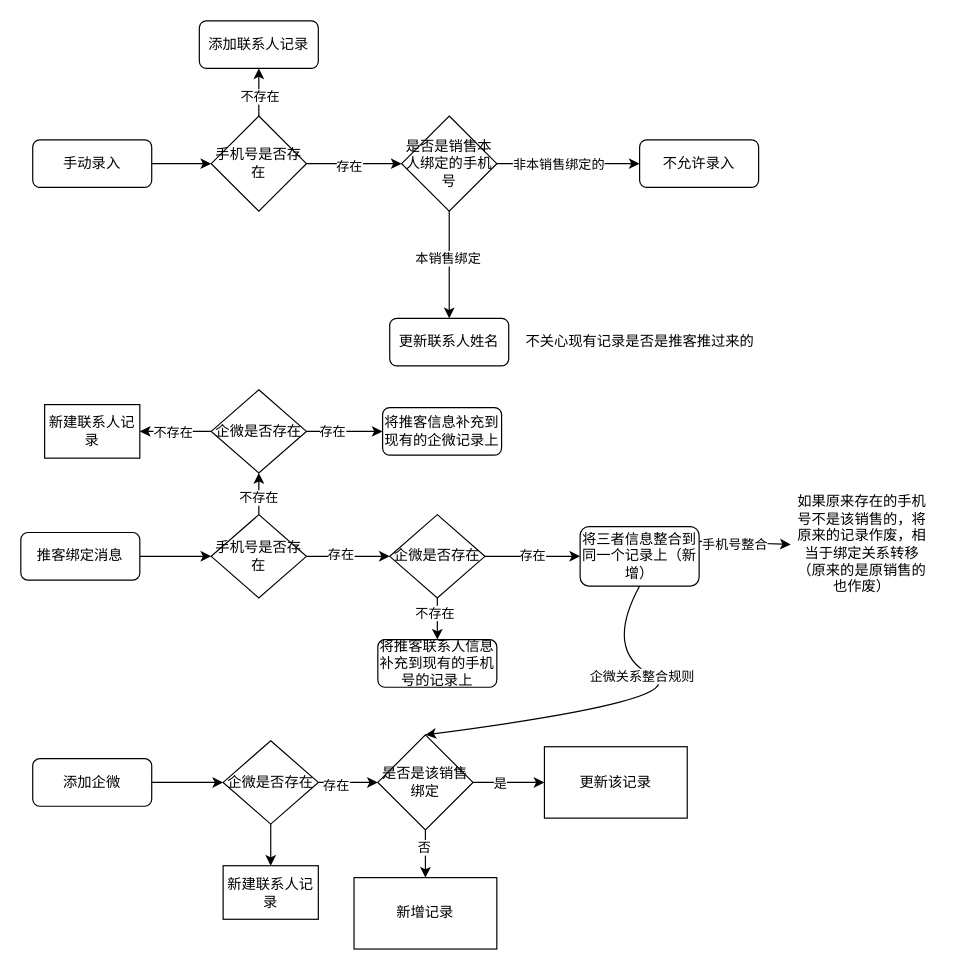
Above: page "第 3 页" (3 of 3) of 地推店铺拜访.drawio in QiuYanzhao/Study (draw.io), before the change. Source tidied: cells renumbered, new cells numbered last; positions are measured from the earlier drawing's top-left corner, leaving out a move shared by most shapes. Both pictures are drawn from the tidied source at 119%, with x=0, y=0 at pixel (20, 20).
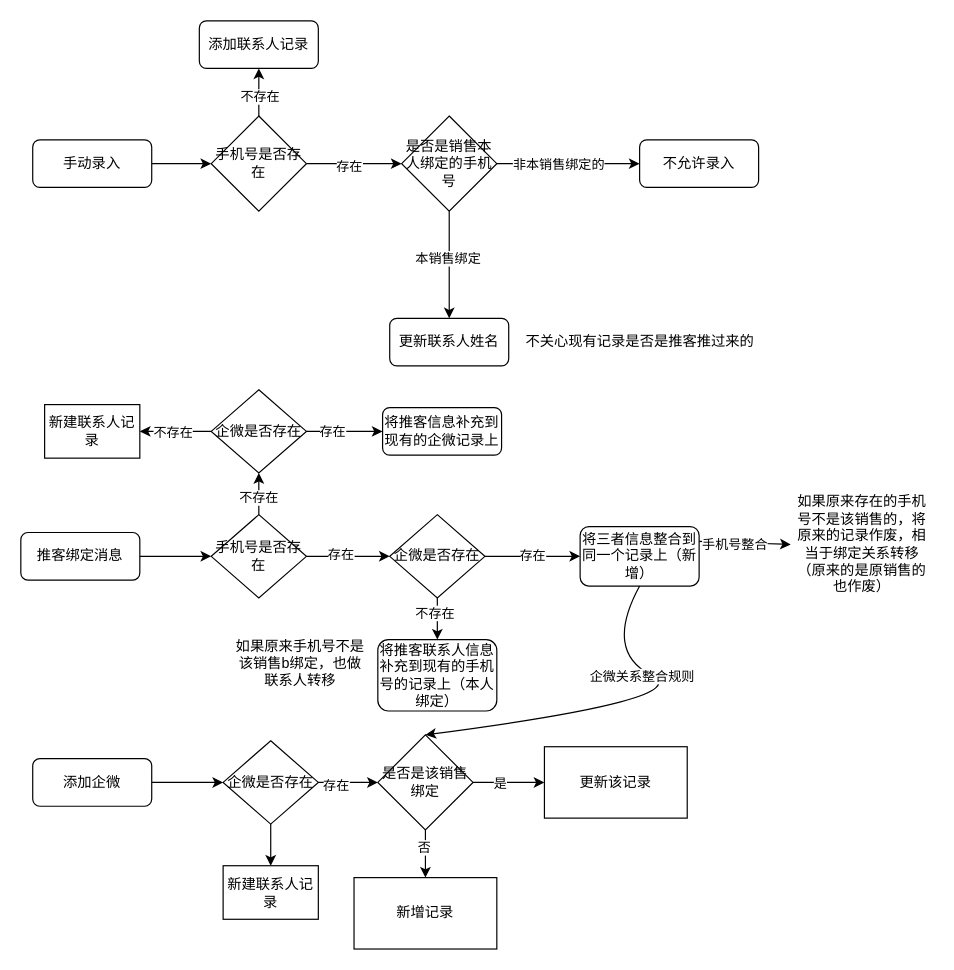
The same diagram, later.

Commit message:
更新地推店铺拜访.drawio

Change to the diagram source:
```diff
@@
-    <mxCell id="38" value="将推客联系人信息补充到现有的手机号的记录上" style="rounded=1;whiteSpace=wrap;html=1;" parent="1" vertex="1">
-      <mxGeometry x="300" y="520" width="100" height="40" as="geometry" />
+    <mxCell id="38" value="将推客联系人信息补充到现有的手机号的记录上（本人绑定）" style="rounded=1;whiteSpace=wrap;html=1;" parent="1" vertex="1">
+      <mxGeometry x="300" y="520" width="100" height="60" as="geometry" />
     </mxCell>
@@
+    <mxCell id="57" value="如果原来手机号不是该销售b绑定，也做联系人转移" style="text;html=1;align=center;verticalAlign=middle;whiteSpace=wrap;rounded=0;" parent="1" vertex="1">
+      <mxGeometry x="180" y="525" width="110" height="30" as="geometry" />
+    </mxCell>
```
